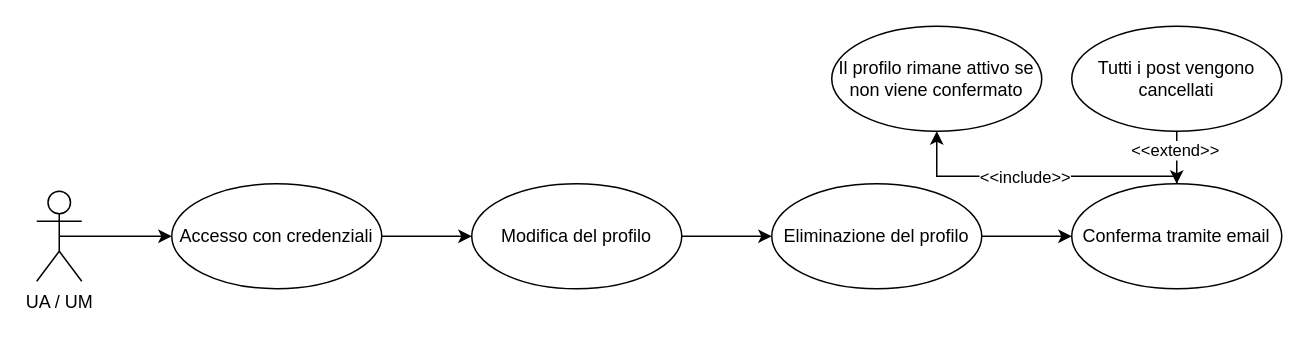
Before: page "Eliminazione account" (4 of 12) of Copia di IS.drawio in LucaBarbolini/Prova1, a draw.io diagram. Source tidied: cells renumbered, new cells numbered last; positions are measured from the earlier drawing's top-left corner, leaving out a move shared by most shapes. Both pictures are drawn from the tidied source at 150%, with x=0, y=0 at pixel (36, 26).
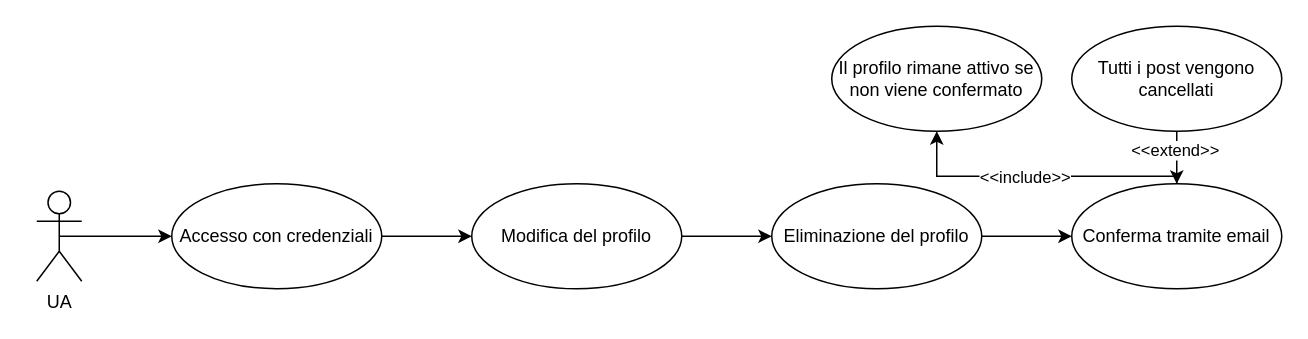
After the change.

Diff of the diagram source:
```diff
@@
 <mxGraphModel>
   <root>
     <mxCell id="0" />
     <mxCell id="1" parent="0" />
     <mxCell id="2" style="edgeStyle=orthogonalEdgeStyle;rounded=0;jettySize=auto;html=1;exitX=0.5;exitY=0.5;exitDx=0;exitDy=0;exitPerimeter=0;" parent="1" edge="1" source="3" target="5">
       <mxGeometry relative="1" as="geometry" />
     </mxCell>
-    <mxCell id="3" value="UA / UM" style="shape=umlActor;verticalLabelPosition=bottom;verticalAlign=top;html=1;" parent="1" vertex="1">
+    <mxCell id="3" value="UA" style="shape=umlActor;verticalLabelPosition=bottom;verticalAlign=top;html=1;" parent="1" vertex="1">
       <mxGeometry y="110" width="30" height="60" as="geometry" />
     </mxCell>
     <mxCell id="4" style="edgeStyle=orthogonalEdgeStyle;rounded=0;jettySize=auto;html=1;" parent="1" edge="1" source="5" target="7">
       <mxGeometry relative="1" as="geometry" />
     </mxCell>
     <mxCell id="5" value="Accesso con credenziali" style="ellipse;whiteSpace=wrap;html=1;" parent="1" vertex="1">
       <mxGeometry x="90" y="105" width="140" height="70" as="geometry" />
     </mxCell>
     <mxCell id="6" style="edgeStyle=orthogonalEdgeStyle;rounded=0;jettySize=auto;html=1;" parent="1" edge="1" source="7" target="9">
       <mxGeometry relative="1" as="geometry" />
     </mxCell>
     <mxCell id="7" value="Modifica del profilo" style="ellipse;whiteSpace=wrap;html=1;" parent="1" vertex="1">
       <mxGeometry x="290" y="105" width="140" height="70" as="geometry" />
     </mxCell>
     <mxCell id="8" style="edgeStyle=orthogonalEdgeStyle;rounded=0;jettySize=auto;html=1;" parent="1" edge="1" source="9" target="12">
       <mxGeometry relative="1" as="geometry" />
     </mxCell>
     <mxCell id="9" value="Eliminazione del profilo" style="ellipse;whiteSpace=wrap;html=1;" parent="1" vertex="1">
       <mxGeometry x="490" y="105" width="140" height="70" as="geometry" />
     </mxCell>
     <mxCell id="10" style="edgeStyle=orthogonalEdgeStyle;rounded=0;jettySize=auto;html=1;exitX=0.5;exitY=0;exitDx=0;exitDy=0;entryX=0.5;entryY=1;entryDx=0;entryDy=0;" parent="1" edge="1" source="12" target="16">
       <mxGeometry relative="1" as="geometry">
         <Array as="points">
           <mxPoint x="760" y="100" />
           <mxPoint x="600" y="100" />
         </Array>
       </mxGeometry>
     </mxCell>
     <mxCell id="11" value="&amp;lt;&amp;lt;include&amp;gt;&amp;gt;" style="edgeLabel;html=1;align=center;verticalAlign=middle;" parent="10" vertex="1">
       <mxGeometry x="0.1" relative="1" as="geometry" />
     </mxCell>
     <mxCell id="12" value="Conferma tramite email" style="ellipse;whiteSpace=wrap;html=1;" parent="1" vertex="1">
       <mxGeometry x="690" y="105" width="140" height="70" as="geometry" />
     </mxCell>
     <mxCell id="13" style="edgeStyle=orthogonalEdgeStyle;rounded=0;jettySize=auto;html=1;" parent="1" edge="1" source="15" target="12">
       <mxGeometry relative="1" as="geometry" />
     </mxCell>
     <mxCell id="14" value="&amp;lt;&amp;lt;extend&amp;gt;&amp;gt;" style="edgeLabel;html=1;align=center;verticalAlign=middle;" parent="13" vertex="1">
       <mxGeometry x="-0.48" y="-2" relative="1" as="geometry" />
     </mxCell>
     <mxCell id="15" value="Tutti i post vengono cancellati" style="ellipse;whiteSpace=wrap;html=1;" parent="1" vertex="1">
       <mxGeometry x="690" width="140" height="70" as="geometry" />
     </mxCell>
     <mxCell id="16" value="Il profilo rimane attivo se non viene confermato" style="ellipse;whiteSpace=wrap;html=1;" parent="1" vertex="1">
       <mxGeometry x="530" width="140" height="70" as="geometry" />
     </mxCell>
   </root>
 </mxGraphModel>
```
